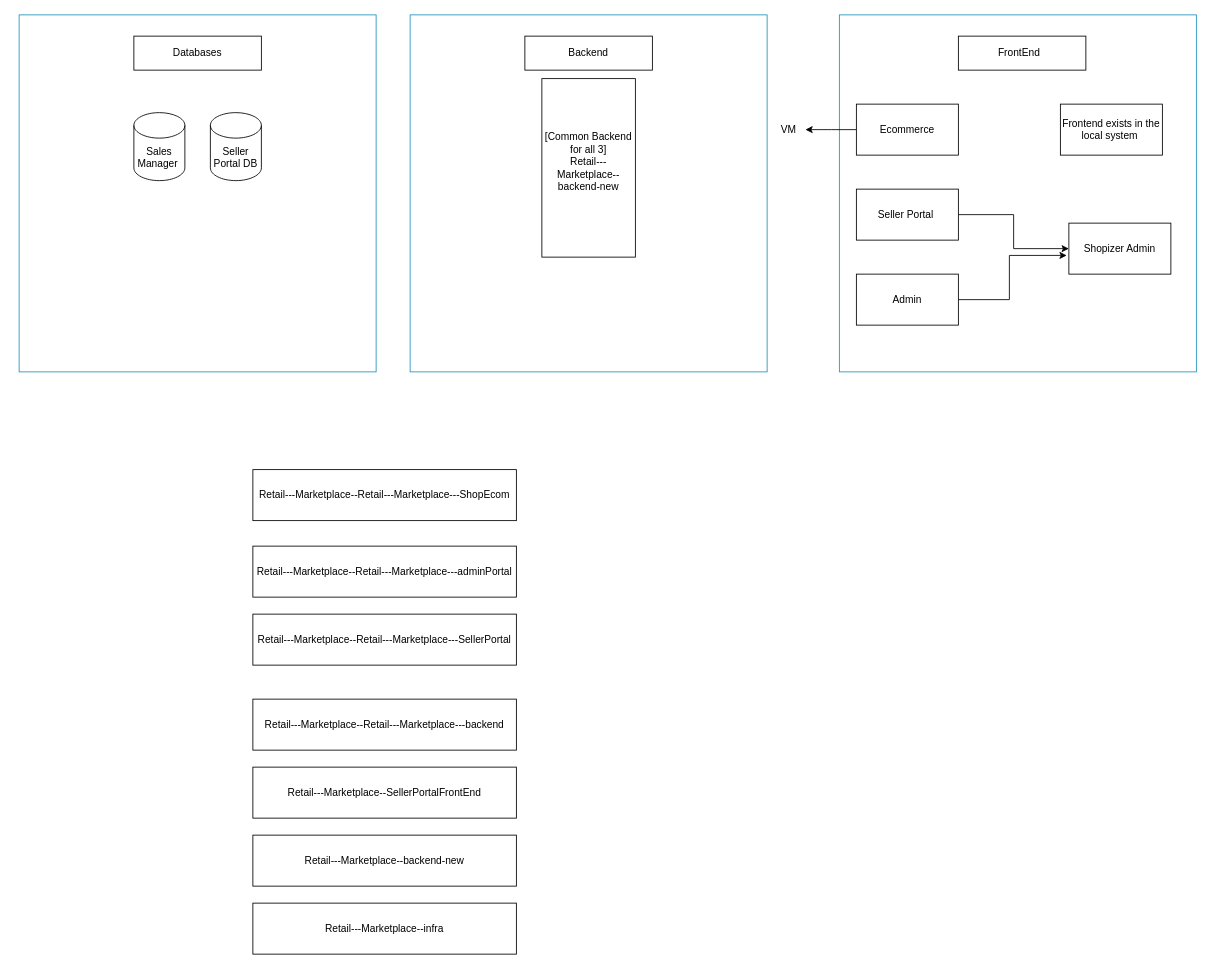
This is Marketplace POC Infra.drawio from ashutosh-roy/Digrams-Draw.io, a draw.io file, before an edit. Source tidied: cells renumbered, new cells numbered last; positions are measured from the earlier drawing's top-left corner, leaving out a move shared by most shapes. Both pictures are drawn from the tidied source at 85%, with x=0, y=0 at pixel (19, 14).
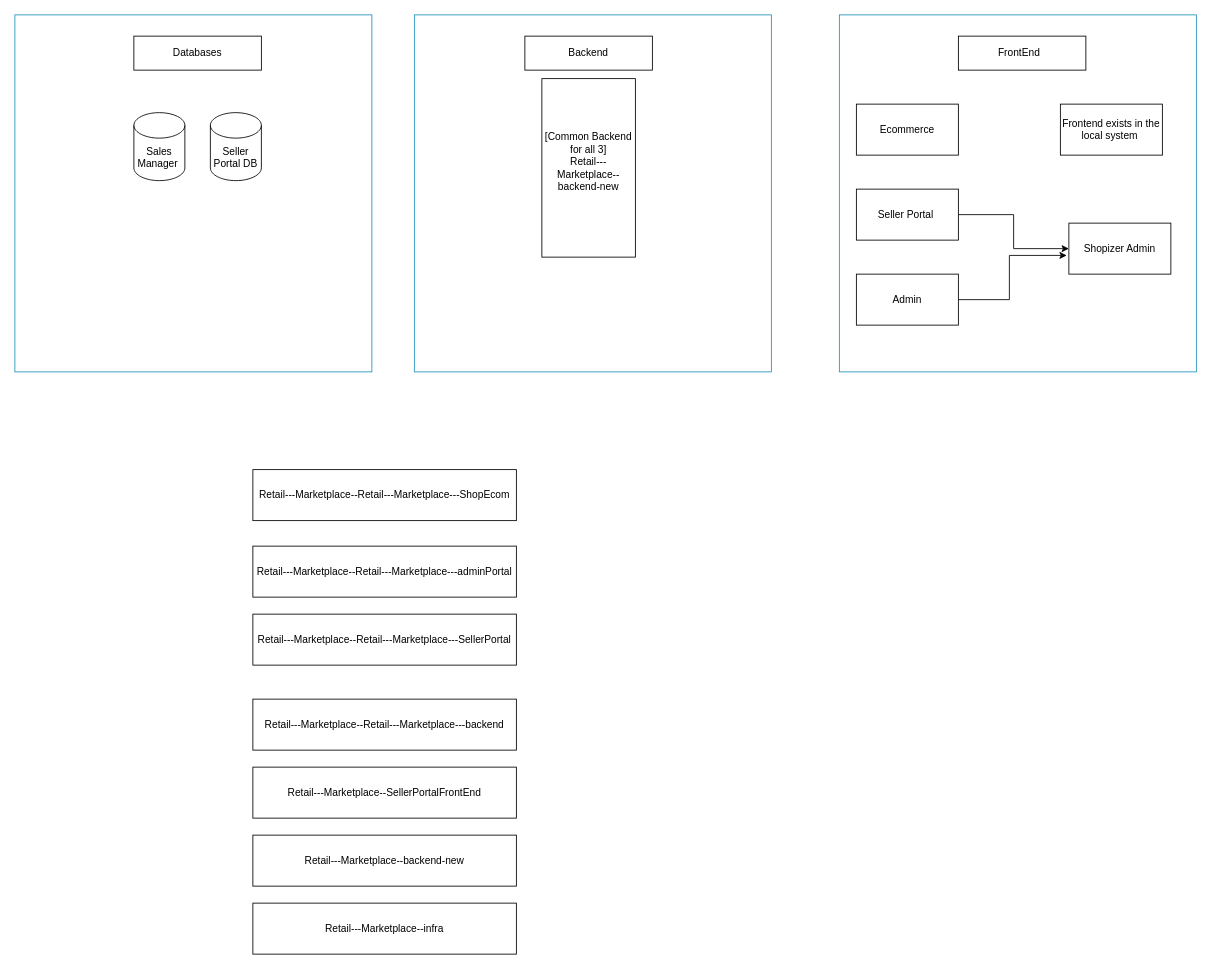
The same diagram, later.

The change refers to these unchanged cells:
```xml
<mxCell id="11" value="Ecommerce" style="whiteSpace=wrap;html=1;" parent="1" vertex="1">
  <mxGeometry x="985" y="105" width="120" height="60" as="geometry" />
</mxCell>
```

Change to the diagram source:
```diff
@@
     <mxCell id="2" style="strokeColor=#2093BD;" parent="1" vertex="1">
-      <mxGeometry width="420" height="420" as="geometry" />
+      <mxGeometry x="-5" width="420" height="420" as="geometry" />
     </mxCell>
@@
     <mxCell id="4" style="strokeColor=#2093BD;" parent="1" vertex="1">
-      <mxGeometry x="460" width="420" height="420" as="geometry" />
+      <mxGeometry x="465" width="420" height="420" as="geometry" />
     </mxCell>
@@
-    <mxCell id="10" style="edgeStyle=orthogonalEdgeStyle;rounded=0;jettySize=auto;html=1;fontFamily=Helvetica;fontSize=12;fontColor=default;" parent="1" edge="1" source="11">
-      <mxGeometry relative="1" as="geometry">
-        <mxPoint x="925" y="135" as="targetPoint" />
-      </mxGeometry>
-    </mxCell>
@@
-    <mxCell id="26" value="VM" style="text;html=1;align=center;verticalAlign=middle;strokeColor=none;fillColor=none;fontSize=12;fontFamily=Helvetica;fontColor=default;" parent="1" vertex="1">
-      <mxGeometry x="885" y="120" width="40" height="30" as="geometry" />
-    </mxCell>
```
